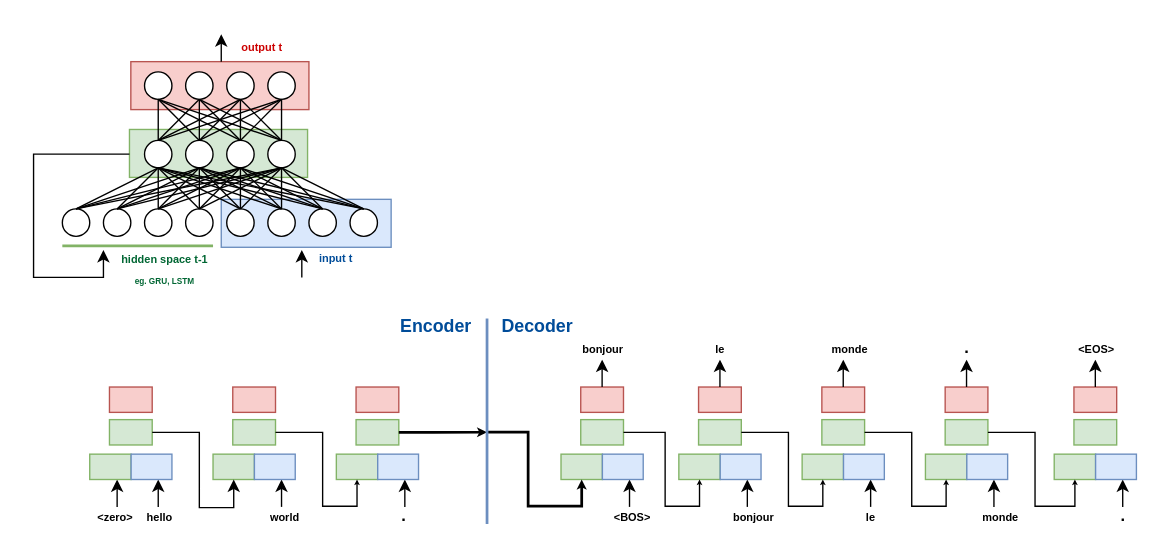
This is assets/learning-from-sequences/encoder_decoder.drawio from brunomaga/brunomaga.github.io, a draw.io file, before an edit. Source tidied: cells renumbered, new cells numbered last; positions are measured from the earlier drawing's top-left corner, leaving out a move shared by most shapes. Both pictures are drawn from the tidied source at 137%, with x=0, y=0 at pixel (33, 33).
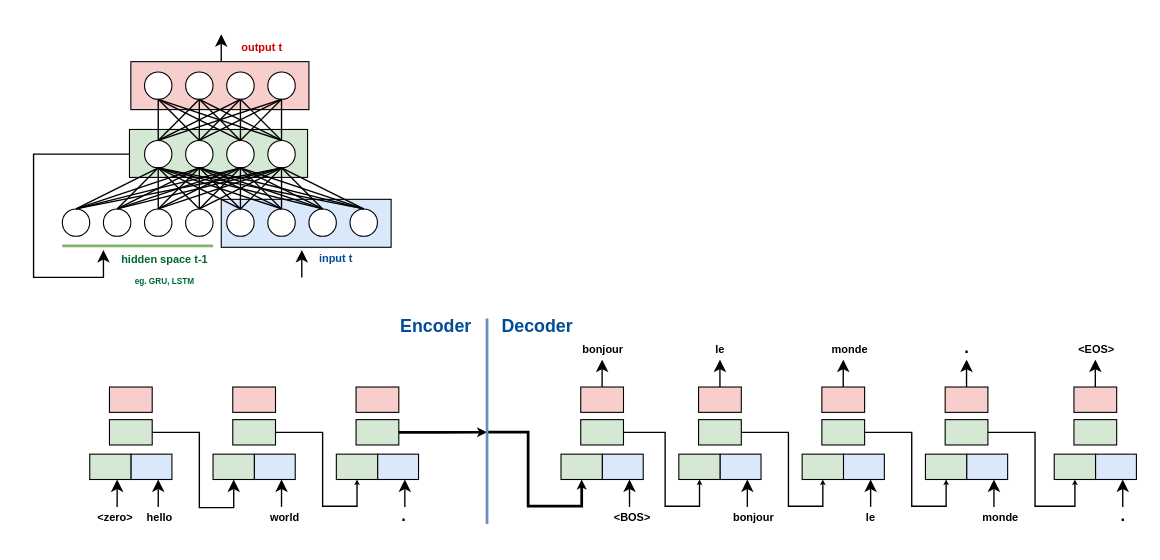
After the change.

The change refers to these unchanged cells:
```xml
<mxCell id="78" style="group;" parent="1" vertex="1">
  <mxGeometry x="41" y="258" width="60" height="67.5" as="geometry" />
</mxCell>
<mxCell id="84" style="group;" parent="1" vertex="1">
  <mxGeometry x="131" y="258" width="60" height="67.5" as="geometry" />
</mxCell>
<mxCell id="91" style="group;" parent="1" vertex="1">
  <mxGeometry x="221" y="258" width="60" height="67.5" as="geometry" />
</mxCell>
<mxCell id="97" style="group;" parent="1" vertex="1">
  <mxGeometry x="385" y="258" width="60" height="67.5" as="geometry" />
</mxCell>
<mxCell id="105" style="group;" parent="1" vertex="1">
  <mxGeometry x="471" y="258" width="60" height="67.5" as="geometry" />
</mxCell>
<mxCell id="112" style="group;" parent="1" vertex="1">
  <mxGeometry x="561" y="258" width="60" height="67.5" as="geometry" />
</mxCell>
<mxCell id="119" style="group;" parent="1" vertex="1">
  <mxGeometry x="651" y="258" width="60" height="67.5" as="geometry" />
</mxCell>
<mxCell id="126" style="group;" parent="1" vertex="1">
  <mxGeometry x="745" y="258" width="60" height="67.5" as="geometry" />
</mxCell>
```

The edit, as a diff of the source:
```diff
@@
-    <mxCell id="2" style="rounded=0;whiteSpace=wrap;html=1;fillColor=#f8cecc;strokeColor=#b85450;" parent="1" vertex="1">
+    <mxCell id="2" style="rounded=0;whiteSpace=wrap;html=1;fillColor=#f8cecc;strokeColor=#000000;strokeWidth=0.8;" parent="1" vertex="1">
       <mxGeometry x="71" y="20.5" width="130" height="35" as="geometry" />
     </mxCell>
-    <mxCell id="3" style="rounded=0;whiteSpace=wrap;html=1;fillColor=#dae8fc;strokeColor=#6c8ebf;" parent="1" vertex="1">
+    <mxCell id="3" style="rounded=0;whiteSpace=wrap;html=1;fillColor=#dae8fc;strokeColor=#000000;strokeWidth=0.8;" parent="1" vertex="1">
       <mxGeometry x="137" y="121" width="124" height="35" as="geometry" />
     </mxCell>
-    <mxCell id="4" style="rounded=0;whiteSpace=wrap;html=1;fillColor=#d5e8d4;strokeColor=#82b366;" parent="1" vertex="1">
+    <mxCell id="4" style="rounded=0;whiteSpace=wrap;html=1;fillColor=#d5e8d4;strokeColor=#000000;strokeWidth=0.8;" parent="1" vertex="1">
       <mxGeometry x="70" y="70" width="130" height="35" as="geometry" />
     </mxCell>
-    <mxCell id="5" style="ellipse;whiteSpace=wrap;html=1;" parent="1" vertex="1">
+    <mxCell id="5" style="ellipse;whiteSpace=wrap;html=1;strokeColor=#000000;strokeWidth=0.8;" parent="1" vertex="1">
       <mxGeometry x="51" y="128" width="20" height="20" as="geometry" />
     </mxCell>
-    <mxCell id="6" style="ellipse;whiteSpace=wrap;html=1;" parent="1" vertex="1">
+    <mxCell id="6" style="ellipse;whiteSpace=wrap;html=1;strokeColor=#000000;strokeWidth=0.8;" parent="1" vertex="1">
       <mxGeometry x="81" y="128" width="20" height="20" as="geometry" />
     </mxCell>
-    <mxCell id="7" style="ellipse;whiteSpace=wrap;html=1;" parent="1" vertex="1">
+    <mxCell id="7" style="ellipse;whiteSpace=wrap;html=1;strokeColor=#000000;strokeWidth=0.8;" parent="1" vertex="1">
       <mxGeometry x="111" y="128" width="20" height="20" as="geometry" />
     </mxCell>
-    <mxCell id="8" style="ellipse;whiteSpace=wrap;html=1;" parent="1" vertex="1">
+    <mxCell id="8" style="ellipse;whiteSpace=wrap;html=1;strokeColor=#000000;strokeWidth=0.8;" parent="1" vertex="1">
       <mxGeometry x="141" y="128" width="20" height="20" as="geometry" />
     </mxCell>
-    <mxCell id="9" style="ellipse;whiteSpace=wrap;html=1;" parent="1" vertex="1">
+    <mxCell id="9" style="ellipse;whiteSpace=wrap;html=1;strokeColor=#000000;strokeWidth=0.8;" parent="1" vertex="1">
       <mxGeometry x="171" y="78" width="20" height="20" as="geometry" />
     </mxCell>
-    <mxCell id="10" style="ellipse;whiteSpace=wrap;html=1;" parent="1" vertex="1">
+    <mxCell id="10" style="ellipse;whiteSpace=wrap;html=1;strokeColor=#000000;strokeWidth=0.8;" parent="1" vertex="1">
       <mxGeometry x="201" y="128" width="20" height="20" as="geometry" />
     </mxCell>
-    <mxCell id="11" style="ellipse;whiteSpace=wrap;html=1;" parent="1" vertex="1">
+    <mxCell id="11" style="ellipse;whiteSpace=wrap;html=1;strokeColor=#000000;strokeWidth=0.8;" parent="1" vertex="1">
       <mxGeometry x="111" y="78" width="20" height="20" as="geometry" />
     </mxCell>
-    <mxCell id="12" style="ellipse;whiteSpace=wrap;html=1;" parent="1" vertex="1">
+    <mxCell id="12" style="ellipse;whiteSpace=wrap;html=1;strokeColor=#000000;strokeWidth=0.8;" parent="1" vertex="1">
       <mxGeometry x="141" y="78" width="20" height="20" as="geometry" />
     </mxCell>
@@
-    <mxCell id="14" style="ellipse;whiteSpace=wrap;html=1;" parent="1" vertex="1">
+    <mxCell id="14" style="ellipse;whiteSpace=wrap;html=1;strokeColor=#000000;strokeWidth=0.8;" parent="1" vertex="1">
       <mxGeometry x="81" y="78" width="20" height="20" as="geometry" />
     </mxCell>
-    <mxCell id="15" style="ellipse;whiteSpace=wrap;html=1;" parent="1" vertex="1">
+    <mxCell id="15" style="ellipse;whiteSpace=wrap;html=1;strokeColor=#000000;strokeWidth=0.8;" parent="1" vertex="1">
       <mxGeometry x="171" y="128" width="20" height="20" as="geometry" />
     </mxCell>
@@
-    <mxCell id="40" style="ellipse;whiteSpace=wrap;html=1;" parent="1" vertex="1">
+    <mxCell id="40" style="ellipse;whiteSpace=wrap;html=1;strokeColor=#000000;strokeWidth=0.8;" parent="1" vertex="1">
       <mxGeometry x="171" y="28" width="20" height="20" as="geometry" />
     </mxCell>
-    <mxCell id="41" style="ellipse;whiteSpace=wrap;html=1;" parent="1" vertex="1">
+    <mxCell id="41" style="ellipse;whiteSpace=wrap;html=1;strokeColor=#000000;strokeWidth=0.8;" parent="1" vertex="1">
       <mxGeometry x="111" y="28" width="20" height="20" as="geometry" />
     </mxCell>
-    <mxCell id="42" style="ellipse;whiteSpace=wrap;html=1;" parent="1" vertex="1">
+    <mxCell id="42" style="ellipse;whiteSpace=wrap;html=1;strokeColor=#000000;strokeWidth=0.8;" parent="1" vertex="1">
       <mxGeometry x="141" y="28" width="20" height="20" as="geometry" />
     </mxCell>
-    <mxCell id="43" style="ellipse;whiteSpace=wrap;html=1;" parent="1" vertex="1">
+    <mxCell id="43" style="ellipse;whiteSpace=wrap;html=1;strokeColor=#000000;strokeWidth=0.8;" parent="1" vertex="1">
       <mxGeometry x="81" y="28" width="20" height="20" as="geometry" />
     </mxCell>
@@
-    <mxCell id="60" style="ellipse;whiteSpace=wrap;html=1;" parent="1" vertex="1">
+    <mxCell id="60" style="ellipse;whiteSpace=wrap;html=1;strokeColor=#000000;strokeWidth=0.8;" parent="1" vertex="1">
       <mxGeometry x="231" y="128" width="20" height="20" as="geometry" />
     </mxCell>
@@
-    <mxCell id="65" style="ellipse;whiteSpace=wrap;html=1;" parent="1" vertex="1">
+    <mxCell id="65" style="ellipse;whiteSpace=wrap;html=1;strokeColor=#000000;strokeWidth=0.8;" parent="1" vertex="1">
       <mxGeometry x="21" y="128" width="20" height="20" as="geometry" />
     </mxCell>
@@
-    <mxCell id="79" style="rounded=0;whiteSpace=wrap;html=1;fillColor=#d5e8d4;strokeColor=#82b366;" parent="78" vertex="1">
+    <mxCell id="79" style="rounded=0;whiteSpace=wrap;html=1;fillColor=#d5e8d4;strokeColor=#000000;strokeWidth=0.8;" parent="78" vertex="1">
       <mxGeometry y="49" width="30.2" height="18.5" as="geometry" />
     </mxCell>
-    <mxCell id="80" style="rounded=0;whiteSpace=wrap;html=1;fillColor=#f8cecc;strokeColor=#b85450;" parent="78" vertex="1">
+    <mxCell id="80" style="rounded=0;whiteSpace=wrap;html=1;fillColor=#f8cecc;strokeColor=#000000;strokeWidth=0.8;" parent="78" vertex="1">
       <mxGeometry x="14.4" width="31.2" height="18.5" as="geometry" />
     </mxCell>
-    <mxCell id="81" style="rounded=0;whiteSpace=wrap;html=1;fillColor=#dae8fc;strokeColor=#6c8ebf;" parent="78" vertex="1">
+    <mxCell id="81" style="rounded=0;whiteSpace=wrap;html=1;fillColor=#dae8fc;strokeColor=#000000;strokeWidth=0.8;" parent="78" vertex="1">
       <mxGeometry x="30.2" y="49" width="29.8" height="18.5" as="geometry" />
     </mxCell>
-    <mxCell id="82" style="rounded=0;whiteSpace=wrap;html=1;fillColor=#d5e8d4;strokeColor=#82b366;" parent="78" vertex="1">
+    <mxCell id="82" style="rounded=0;whiteSpace=wrap;html=1;fillColor=#d5e8d4;strokeColor=#000000;strokeWidth=0.8;" parent="78" vertex="1">
       <mxGeometry x="14.4" y="23.8" width="31.2" height="18.5" as="geometry" />
     </mxCell>
@@
-    <mxCell id="85" style="rounded=0;whiteSpace=wrap;html=1;fillColor=#d5e8d4;strokeColor=#82b366;" parent="84" vertex="1">
+    <mxCell id="85" style="rounded=0;whiteSpace=wrap;html=1;fillColor=#d5e8d4;strokeColor=#000000;strokeWidth=0.8;" parent="84" vertex="1">
       <mxGeometry y="49" width="30.2" height="18.5" as="geometry" />
     </mxCell>
-    <mxCell id="86" style="rounded=0;whiteSpace=wrap;html=1;fillColor=#f8cecc;strokeColor=#b85450;" parent="84" vertex="1">
+    <mxCell id="86" style="rounded=0;whiteSpace=wrap;html=1;fillColor=#f8cecc;strokeColor=#000000;strokeWidth=0.8;" parent="84" vertex="1">
       <mxGeometry x="14.4" width="31.2" height="18.5" as="geometry" />
     </mxCell>
-    <mxCell id="87" style="rounded=0;whiteSpace=wrap;html=1;fillColor=#dae8fc;strokeColor=#6c8ebf;" parent="84" vertex="1">
+    <mxCell id="87" style="rounded=0;whiteSpace=wrap;html=1;fillColor=#dae8fc;strokeColor=#000000;strokeWidth=0.8;" parent="84" vertex="1">
       <mxGeometry x="30.2" y="49" width="29.8" height="18.5" as="geometry" />
     </mxCell>
-    <mxCell id="88" style="rounded=0;whiteSpace=wrap;html=1;fillColor=#d5e8d4;strokeColor=#82b366;" parent="84" vertex="1">
+    <mxCell id="88" style="rounded=0;whiteSpace=wrap;html=1;fillColor=#d5e8d4;strokeColor=#000000;strokeWidth=0.8;" parent="84" vertex="1">
       <mxGeometry x="14.4" y="23.8" width="31.2" height="18.5" as="geometry" />
     </mxCell>
@@
-    <mxCell id="92" style="rounded=0;whiteSpace=wrap;html=1;fillColor=#d5e8d4;strokeColor=#82b366;" parent="91" vertex="1">
+    <mxCell id="92" style="rounded=0;whiteSpace=wrap;html=1;fillColor=#d5e8d4;strokeColor=#000000;strokeWidth=0.8;" parent="91" vertex="1">
       <mxGeometry y="49" width="30.2" height="18.5" as="geometry" />
     </mxCell>
-    <mxCell id="93" style="rounded=0;whiteSpace=wrap;html=1;fillColor=#f8cecc;strokeColor=#b85450;" parent="91" vertex="1">
+    <mxCell id="93" style="rounded=0;whiteSpace=wrap;html=1;fillColor=#f8cecc;strokeColor=#000000;strokeWidth=0.8;" parent="91" vertex="1">
       <mxGeometry x="14.4" width="31.2" height="18.5" as="geometry" />
     </mxCell>
-    <mxCell id="94" style="rounded=0;whiteSpace=wrap;html=1;fillColor=#dae8fc;strokeColor=#6c8ebf;" parent="91" vertex="1">
+    <mxCell id="94" style="rounded=0;whiteSpace=wrap;html=1;fillColor=#dae8fc;strokeColor=#000000;strokeWidth=0.8;" parent="91" vertex="1">
       <mxGeometry x="30.2" y="49" width="29.8" height="18.5" as="geometry" />
     </mxCell>
-    <mxCell id="95" style="rounded=0;whiteSpace=wrap;html=1;fillColor=#d5e8d4;strokeColor=#82b366;" parent="91" vertex="1">
+    <mxCell id="95" style="rounded=0;whiteSpace=wrap;html=1;fillColor=#d5e8d4;strokeColor=#000000;strokeWidth=0.8;" parent="91" vertex="1">
       <mxGeometry x="14.4" y="23.8" width="31.2" height="18.5" as="geometry" />
     </mxCell>
@@
-    <mxCell id="98" style="rounded=0;whiteSpace=wrap;html=1;fillColor=#d5e8d4;strokeColor=#82b366;" parent="97" vertex="1">
+    <mxCell id="98" style="rounded=0;whiteSpace=wrap;html=1;fillColor=#d5e8d4;strokeColor=#000000;strokeWidth=0.8;" parent="97" vertex="1">
       <mxGeometry y="49" width="30.2" height="18.5" as="geometry" />
     </mxCell>
-    <mxCell id="99" style="rounded=0;whiteSpace=wrap;html=1;fillColor=#f8cecc;strokeColor=#b85450;" parent="97" vertex="1">
+    <mxCell id="99" style="rounded=0;whiteSpace=wrap;html=1;fillColor=#f8cecc;strokeColor=#000000;strokeWidth=0.8;" parent="97" vertex="1">
       <mxGeometry x="14.4" width="31.2" height="18.5" as="geometry" />
     </mxCell>
-    <mxCell id="100" style="rounded=0;whiteSpace=wrap;html=1;fillColor=#dae8fc;strokeColor=#6c8ebf;" parent="97" vertex="1">
+    <mxCell id="100" style="rounded=0;whiteSpace=wrap;html=1;fillColor=#dae8fc;strokeColor=#000000;strokeWidth=0.8;" parent="97" vertex="1">
       <mxGeometry x="30.2" y="49" width="29.8" height="18.5" as="geometry" />
     </mxCell>
-    <mxCell id="101" style="rounded=0;whiteSpace=wrap;html=1;fillColor=#d5e8d4;strokeColor=#82b366;" parent="97" vertex="1">
+    <mxCell id="101" style="rounded=0;whiteSpace=wrap;html=1;fillColor=#d5e8d4;strokeColor=#000000;strokeWidth=0.8;" parent="97" vertex="1">
       <mxGeometry x="14.4" y="23.8" width="31.2" height="18.5" as="geometry" />
     </mxCell>
@@
-    <mxCell id="106" style="rounded=0;whiteSpace=wrap;html=1;fillColor=#d5e8d4;strokeColor=#82b366;" parent="105" vertex="1">
+    <mxCell id="106" style="rounded=0;whiteSpace=wrap;html=1;fillColor=#d5e8d4;strokeColor=#000000;strokeWidth=0.8;" parent="105" vertex="1">
       <mxGeometry y="49" width="30.2" height="18.5" as="geometry" />
     </mxCell>
-    <mxCell id="107" style="rounded=0;whiteSpace=wrap;html=1;fillColor=#f8cecc;strokeColor=#b85450;" parent="105" vertex="1">
+    <mxCell id="107" style="rounded=0;whiteSpace=wrap;html=1;fillColor=#f8cecc;strokeColor=#000000;strokeWidth=0.8;" parent="105" vertex="1">
       <mxGeometry x="14.4" width="31.2" height="18.5" as="geometry" />
     </mxCell>
-    <mxCell id="108" style="rounded=0;whiteSpace=wrap;html=1;fillColor=#dae8fc;strokeColor=#6c8ebf;" parent="105" vertex="1">
+    <mxCell id="108" style="rounded=0;whiteSpace=wrap;html=1;fillColor=#dae8fc;strokeColor=#000000;strokeWidth=0.8;" parent="105" vertex="1">
       <mxGeometry x="30.2" y="49" width="29.8" height="18.5" as="geometry" />
     </mxCell>
-    <mxCell id="109" style="rounded=0;whiteSpace=wrap;html=1;fillColor=#d5e8d4;strokeColor=#82b366;" parent="105" vertex="1">
+    <mxCell id="109" style="rounded=0;whiteSpace=wrap;html=1;fillColor=#d5e8d4;strokeColor=#000000;strokeWidth=0.8;" parent="105" vertex="1">
       <mxGeometry x="14.4" y="23.8" width="31.2" height="18.5" as="geometry" />
     </mxCell>
@@
-    <mxCell id="113" style="rounded=0;whiteSpace=wrap;html=1;fillColor=#d5e8d4;strokeColor=#82b366;" parent="112" vertex="1">
+    <mxCell id="113" style="rounded=0;whiteSpace=wrap;html=1;fillColor=#d5e8d4;strokeColor=#000000;strokeWidth=0.8;" parent="112" vertex="1">
       <mxGeometry y="49" width="30.2" height="18.5" as="geometry" />
     </mxCell>
-    <mxCell id="114" style="rounded=0;whiteSpace=wrap;html=1;fillColor=#f8cecc;strokeColor=#b85450;" parent="112" vertex="1">
+    <mxCell id="114" style="rounded=0;whiteSpace=wrap;html=1;fillColor=#f8cecc;strokeColor=#000000;strokeWidth=0.8;" parent="112" vertex="1">
       <mxGeometry x="14.4" width="31.2" height="18.5" as="geometry" />
     </mxCell>
-    <mxCell id="115" style="rounded=0;whiteSpace=wrap;html=1;fillColor=#dae8fc;strokeColor=#6c8ebf;" parent="112" vertex="1">
+    <mxCell id="115" style="rounded=0;whiteSpace=wrap;html=1;fillColor=#dae8fc;strokeColor=#000000;strokeWidth=0.8;" parent="112" vertex="1">
       <mxGeometry x="30.2" y="49" width="29.8" height="18.5" as="geometry" />
     </mxCell>
-    <mxCell id="116" style="rounded=0;whiteSpace=wrap;html=1;fillColor=#d5e8d4;strokeColor=#82b366;" parent="112" vertex="1">
+    <mxCell id="116" style="rounded=0;whiteSpace=wrap;html=1;fillColor=#d5e8d4;strokeColor=#000000;strokeWidth=0.8;" parent="112" vertex="1">
       <mxGeometry x="14.4" y="23.8" width="31.2" height="18.5" as="geometry" />
     </mxCell>
@@
-    <mxCell id="120" style="rounded=0;whiteSpace=wrap;html=1;fillColor=#d5e8d4;strokeColor=#82b366;" parent="119" vertex="1">
+    <mxCell id="120" style="rounded=0;whiteSpace=wrap;html=1;fillColor=#d5e8d4;strokeColor=#000000;strokeWidth=0.8;" parent="119" vertex="1">
       <mxGeometry y="49" width="30.2" height="18.5" as="geometry" />
     </mxCell>
-    <mxCell id="121" style="rounded=0;whiteSpace=wrap;html=1;fillColor=#f8cecc;strokeColor=#b85450;" parent="119" vertex="1">
+    <mxCell id="121" style="rounded=0;whiteSpace=wrap;html=1;fillColor=#f8cecc;strokeColor=#000000;strokeWidth=0.8;" parent="119" vertex="1">
       <mxGeometry x="14.4" width="31.2" height="18.5" as="geometry" />
     </mxCell>
-    <mxCell id="122" style="rounded=0;whiteSpace=wrap;html=1;fillColor=#dae8fc;strokeColor=#6c8ebf;" parent="119" vertex="1">
+    <mxCell id="122" style="rounded=0;whiteSpace=wrap;html=1;fillColor=#dae8fc;strokeColor=#000000;strokeWidth=0.8;" parent="119" vertex="1">
       <mxGeometry x="30.2" y="49" width="29.8" height="18.5" as="geometry" />
     </mxCell>
-    <mxCell id="123" style="rounded=0;whiteSpace=wrap;html=1;fillColor=#d5e8d4;strokeColor=#82b366;" parent="119" vertex="1">
+    <mxCell id="123" style="rounded=0;whiteSpace=wrap;html=1;fillColor=#d5e8d4;strokeColor=#000000;strokeWidth=0.8;" parent="119" vertex="1">
       <mxGeometry x="14.4" y="23.8" width="31.2" height="18.5" as="geometry" />
     </mxCell>
@@
-    <mxCell id="127" style="rounded=0;whiteSpace=wrap;html=1;fillColor=#d5e8d4;strokeColor=#82b366;" parent="126" vertex="1">
+    <mxCell id="127" style="rounded=0;whiteSpace=wrap;html=1;fillColor=#d5e8d4;strokeColor=#000000;strokeWidth=0.8;" parent="126" vertex="1">
       <mxGeometry y="49" width="30.2" height="18.5" as="geometry" />
     </mxCell>
-    <mxCell id="128" style="rounded=0;whiteSpace=wrap;html=1;fillColor=#f8cecc;strokeColor=#b85450;" parent="126" vertex="1">
+    <mxCell id="128" style="rounded=0;whiteSpace=wrap;html=1;fillColor=#f8cecc;strokeColor=#000000;strokeWidth=0.8;" parent="126" vertex="1">
       <mxGeometry x="14.4" width="31.2" height="18.5" as="geometry" />
     </mxCell>
-    <mxCell id="129" style="rounded=0;whiteSpace=wrap;html=1;fillColor=#dae8fc;strokeColor=#6c8ebf;" parent="126" vertex="1">
+    <mxCell id="129" style="rounded=0;whiteSpace=wrap;html=1;fillColor=#dae8fc;strokeColor=#000000;strokeWidth=0.8;" parent="126" vertex="1">
       <mxGeometry x="30.2" y="49" width="29.8" height="18.5" as="geometry" />
     </mxCell>
-    <mxCell id="130" style="rounded=0;whiteSpace=wrap;html=1;fillColor=#d5e8d4;strokeColor=#82b366;" parent="126" vertex="1">
+    <mxCell id="130" style="rounded=0;whiteSpace=wrap;html=1;fillColor=#d5e8d4;strokeColor=#000000;strokeWidth=0.8;" parent="126" vertex="1">
       <mxGeometry x="14.4" y="23.8" width="31.2" height="18.5" as="geometry" />
     </mxCell>
```
